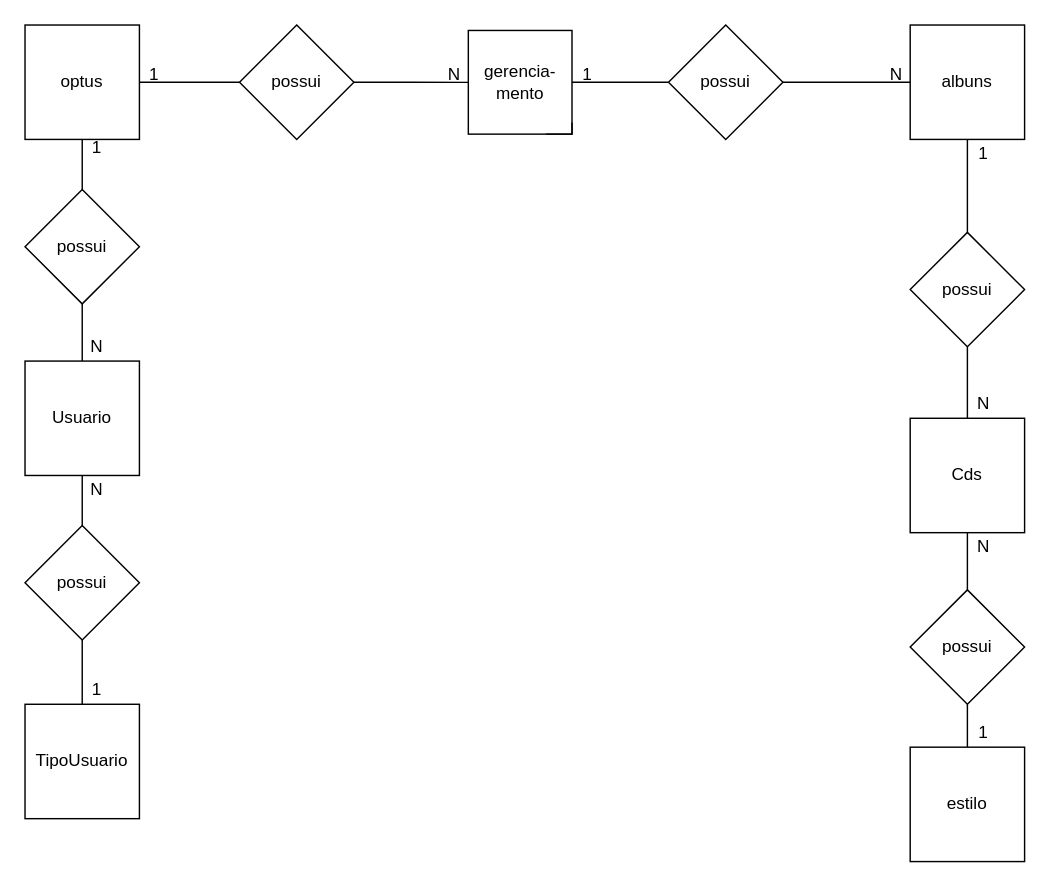
The draw.io diagram page "Page-1" (1 of 2) of Modelagens/1.4-exercicio-optus/ModelagemLogica/exercicio-1.4-Page-2.drawio in ismott/exercicio-de-BD, before the edit. Source tidied: cells renumbered, new cells numbered last; positions are measured from the earlier drawing's top-left corner, leaving out a move shared by most shapes. Both pictures are drawn from the tidied source at 143%, with x=0, y=0 at pixel (24, 24).
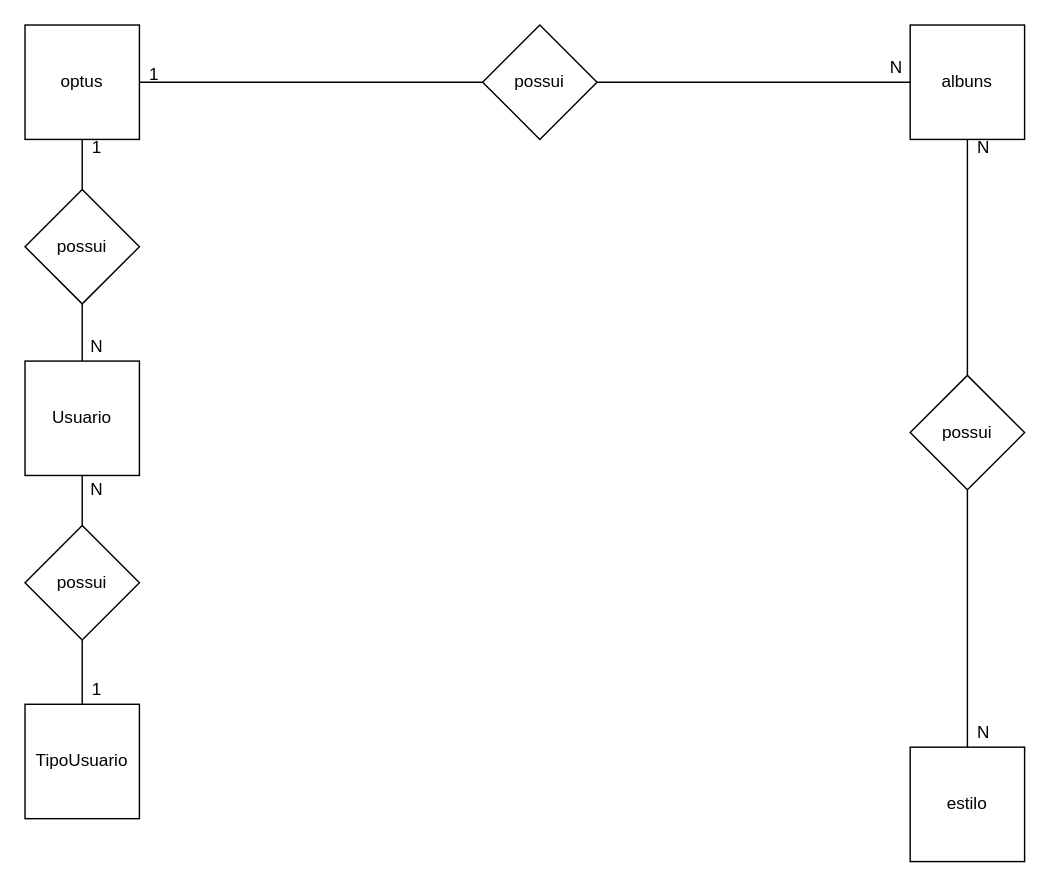
The same diagram, later.

The change refers to these unchanged cells:
```xml
<mxCell id="5" value="albuns" style="whiteSpace=wrap;html=1;" parent="1" vertex="1">
  <mxGeometry x="619" width="80" height="80" as="geometry" />
</mxCell>
<mxCell id="24" value="estilo" style="whiteSpace=wrap;html=1;" parent="1" vertex="1">
  <mxGeometry x="619" y="505" width="80" height="80" as="geometry" />
</mxCell>
```

The edit, as a diff of the source:
```diff
@@
-    <mxCell id="4" style="edgeStyle=orthogonalEdgeStyle;rounded=0;jettySize=auto;html=1;endArrow=none;endFill=0;" parent="1" edge="1" source="5" target="21">
-      <mxGeometry relative="1" as="geometry" />
-    </mxCell>
@@
-    <mxCell id="6" value="gerencia-mento" style="whiteSpace=wrap;html=1;" parent="1" vertex="1">
-      <mxGeometry x="310" y="3.8" width="72.5" height="72.5" as="geometry" />
-    </mxCell>
@@
-    <mxCell id="8" style="edgeStyle=orthogonalEdgeStyle;rounded=0;jettySize=auto;html=1;entryX=0.5;entryY=1;entryDx=0;entryDy=0;endArrow=none;endFill=0;" parent="1" edge="1" source="9" target="21">
-      <mxGeometry relative="1" as="geometry" />
-    </mxCell>
-    <mxCell id="9" value="Cds" style="whiteSpace=wrap;html=1;" parent="1" vertex="1">
-      <mxGeometry x="619" y="275" width="80" height="80" as="geometry" />
-    </mxCell>
@@
-    <mxCell id="11" style="edgeStyle=orthogonalEdgeStyle;rounded=0;jettySize=auto;html=1;endArrow=none;endFill=0;" parent="1" edge="1" source="12" target="6">
-      <mxGeometry relative="1" as="geometry" />
-    </mxCell>
+    <mxCell id="40" style="edgeStyle=orthogonalEdgeStyle;rounded=0;jettySize=auto;html=1;entryX=0;entryY=0.5;entryDx=0;entryDy=0;endArrow=none;endFill=0;" parent="1" edge="1" source="12" target="5">
+      <mxGeometry relative="1" as="geometry" />
+    </mxCell>
     <mxCell id="12" value="possui" style="rhombus;whiteSpace=wrap;html=1;" parent="1" vertex="1">
-      <mxGeometry x="150" width="80" height="80" as="geometry" />
+      <mxGeometry x="320" width="80" height="80" as="geometry" />
     </mxCell>
-    <mxCell id="13" style="edgeStyle=orthogonalEdgeStyle;rounded=0;orthogonalLoop=1;jettySize=auto;html=1;exitX=0.75;exitY=1;exitDx=0;exitDy=0;entryX=1;entryY=0.889;entryDx=0;entryDy=0;entryPerimeter=0;endArrow=none;endFill=0;" parent="1" edge="1" source="6" target="6">
-      <mxGeometry relative="1" as="geometry" />
-    </mxCell>
@@
-    <mxCell id="15" value="N" style="text;html=1;align=center;verticalAlign=middle;strokeColor=none;" parent="1" vertex="1">
-      <mxGeometry x="290" y="25" width="20" height="20" as="geometry" />
-    </mxCell>
-    <mxCell id="16" style="edgeStyle=orthogonalEdgeStyle;rounded=0;jettySize=auto;html=1;entryX=0;entryY=0.5;entryDx=0;entryDy=0;endArrow=none;endFill=0;" parent="1" edge="1" source="18" target="5">
-      <mxGeometry relative="1" as="geometry" />
-    </mxCell>
-    <mxCell id="17" style="edgeStyle=orthogonalEdgeStyle;rounded=0;jettySize=auto;html=1;entryX=1;entryY=0.5;entryDx=0;entryDy=0;endArrow=none;endFill=0;" parent="1" edge="1" source="18" target="6">
-      <mxGeometry relative="1" as="geometry" />
-    </mxCell>
-    <mxCell id="18" value="possui" style="rhombus;whiteSpace=wrap;html=1;" parent="1" vertex="1">
-      <mxGeometry x="450" width="80" height="80" as="geometry" />
-    </mxCell>
-    <mxCell id="19" value="1" style="text;html=1;align=center;verticalAlign=middle;strokeColor=none;" parent="1" vertex="1">
-      <mxGeometry x="382.5" y="25" width="20" height="20" as="geometry" />
-    </mxCell>
-    <mxCell id="20" value="N" style="text;html=1;align=center;verticalAlign=middle;strokeColor=none;" parent="1" vertex="1">
-      <mxGeometry x="599" y="25" width="20" height="20" as="geometry" />
-    </mxCell>
-    <mxCell id="21" value="possui" style="rhombus;whiteSpace=wrap;html=1;" parent="1" vertex="1">
-      <mxGeometry x="619" y="145" width="80" height="80" as="geometry" />
-    </mxCell>
-    <mxCell id="22" value="1" style="text;html=1;align=center;verticalAlign=middle;strokeColor=none;" parent="1" vertex="1">
-      <mxGeometry x="660" y="80" width="20" height="20" as="geometry" />
-    </mxCell>
-    <mxCell id="23" style="edgeStyle=orthogonalEdgeStyle;rounded=0;jettySize=auto;html=1;endArrow=none;endFill=0;" parent="1" edge="1" source="24" target="26">
-      <mxGeometry relative="1" as="geometry" />
-    </mxCell>
@@
-    <mxCell id="25" style="edgeStyle=orthogonalEdgeStyle;rounded=0;jettySize=auto;html=1;endArrow=none;endFill=0;" parent="1" edge="1" source="26" target="9">
-      <mxGeometry relative="1" as="geometry" />
-    </mxCell>
+    <mxCell id="41" style="edgeStyle=orthogonalEdgeStyle;rounded=0;jettySize=auto;html=1;endArrow=none;endFill=0;" parent="1" edge="1" source="26" target="24">
+      <mxGeometry relative="1" as="geometry" />
+    </mxCell>
+    <mxCell id="42" style="edgeStyle=orthogonalEdgeStyle;rounded=0;jettySize=auto;html=1;endArrow=none;endFill=0;" parent="1" edge="1" source="26" target="5">
+      <mxGeometry relative="1" as="geometry" />
+    </mxCell>
     <mxCell id="26" value="possui" style="rhombus;whiteSpace=wrap;html=1;" parent="1" vertex="1">
-      <mxGeometry x="619" y="395" width="80" height="80" as="geometry" />
+      <mxGeometry x="619" y="245" width="80" height="80" as="geometry" />
     </mxCell>
     <mxCell id="27" value="N" style="text;html=1;align=center;verticalAlign=middle;strokeColor=none;" parent="1" vertex="1">
-      <mxGeometry x="660" y="255" width="20" height="20" as="geometry" />
+      <mxGeometry x="660" y="76.2" width="20" height="20" as="geometry" />
     </mxCell>
     <mxCell id="28" value="N" style="text;html=1;align=center;verticalAlign=middle;strokeColor=none;" parent="1" vertex="1">
-      <mxGeometry x="660" y="355" width="20" height="20" as="geometry" />
+      <mxGeometry x="660" y="485" width="20" height="20" as="geometry" />
     </mxCell>
-    <mxCell id="29" value="1" style="text;html=1;align=center;verticalAlign=middle;strokeColor=none;" parent="1" vertex="1">
-      <mxGeometry x="660" y="485" width="20" height="20" as="geometry" />
-    </mxCell>
@@
+    <mxCell id="43" value="N" style="text;html=1;align=center;verticalAlign=middle;strokeColor=none;" parent="1" vertex="1">
+      <mxGeometry x="599" y="20" width="20" height="20" as="geometry" />
+    </mxCell>
```
